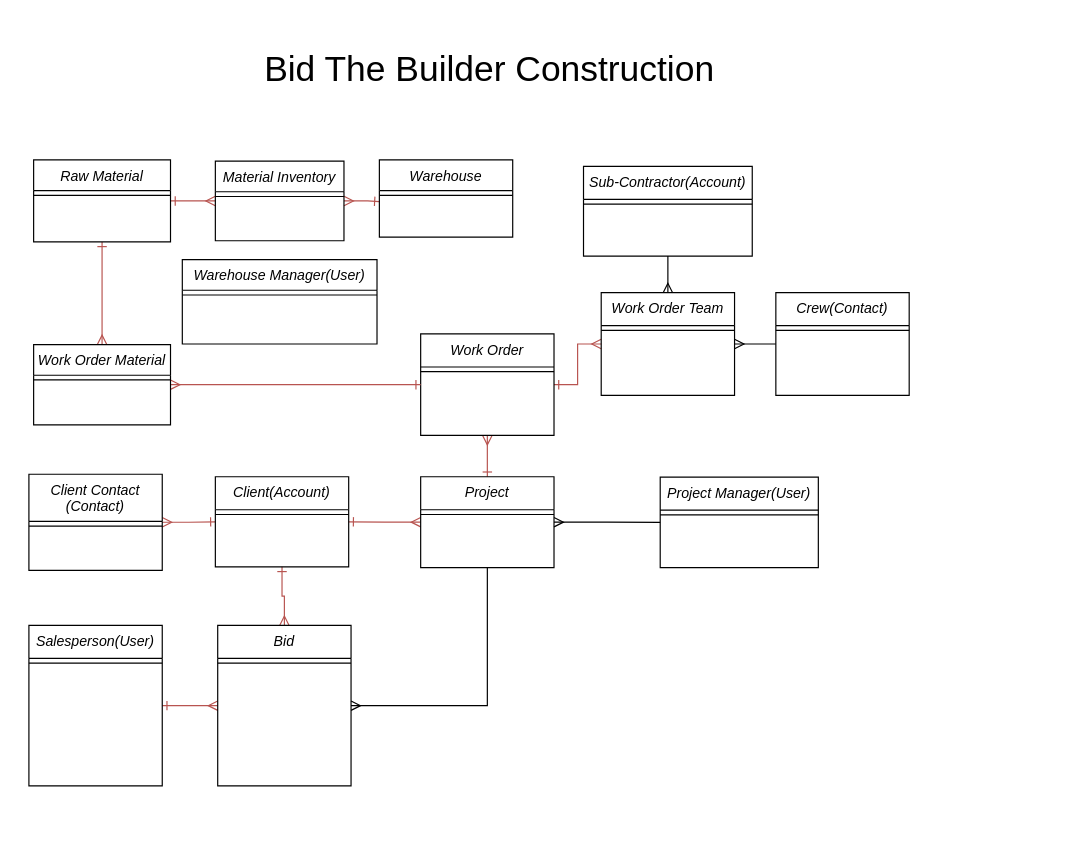
Earlier version of the draw.io diagram Bid-The-Builder/Untitled Diagram.drawio (Jmiccolo/Bid_The_Builder). Source tidied: cells renumbered, new cells numbered last; positions are measured from the earlier drawing's top-left corner, leaving out a move shared by most shapes. Both pictures are drawn from the tidied source at 118%, with x=0, y=0 at pixel (28, 54).
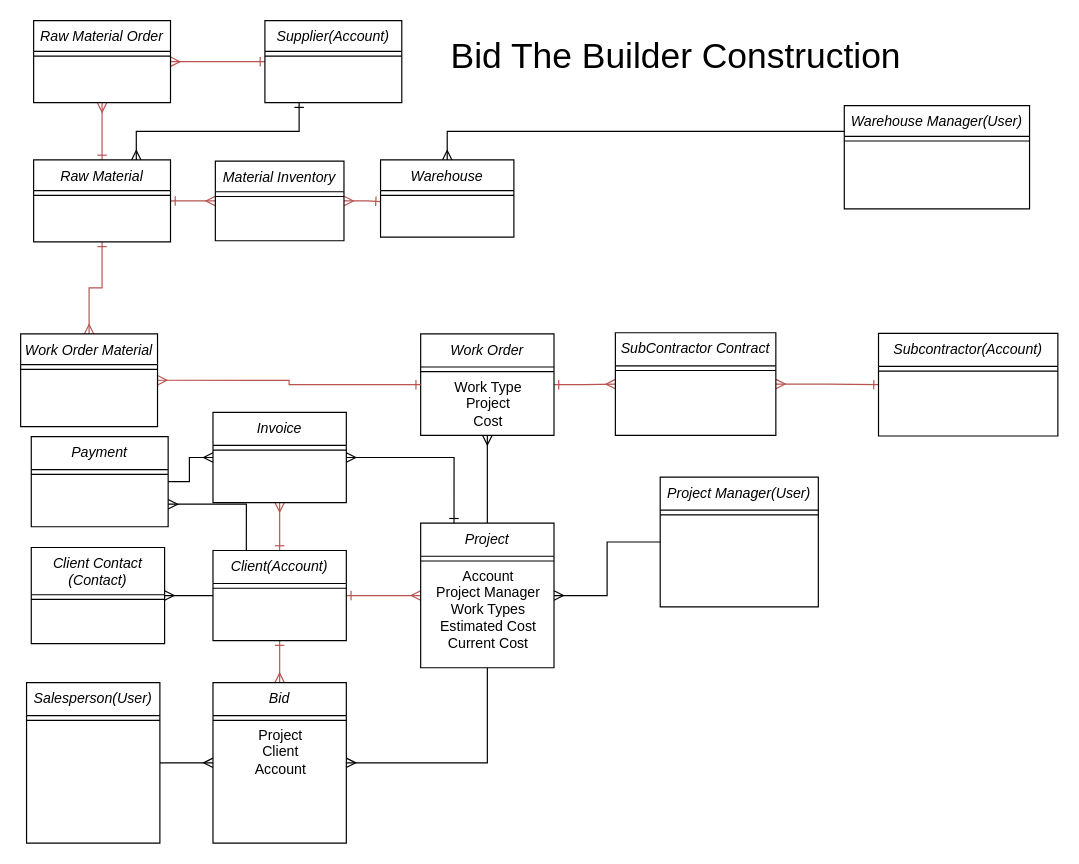
After the change.

Unchanged cells that the change refers to:
```xml
<mxCell id="7" value="Raw Material" style="swimlane;fontStyle=2;align=center;verticalAlign=top;horizontal=1;startSize=26;rounded=0;shadow=0;strokeWidth=1;" parent="1" vertex="1">
  <mxGeometry x="4" y="89" width="116" height="69.5" as="geometry" />
</mxCell>
<mxCell id="28" value="Work Order" style="swimlane;fontStyle=2;align=center;verticalAlign=top;horizontal=1;startSize=28;rounded=0;shadow=0;strokeWidth=1;" parent="1" vertex="1">
  <mxGeometry x="332" y="236.5" width="113" height="86" as="geometry" />
</mxCell>
```

The edit, as a diff of the source:
```diff
@@
+    <mxCell id="47" style="edgeStyle=orthogonalEdgeStyle;rounded=0;jettySize=auto;html=1;startArrow=ERmany;startFill=0;endArrow=ERone;endFill=0;fillColor=#f8cecc;strokeColor=#b85450;" parent="1" edge="1" source="60" target="7">
+      <mxGeometry relative="1" as="geometry" />
+    </mxCell>
@@
     <mxCell id="9" value="Warehouse Manager(User)" style="swimlane;fontStyle=2;align=center;verticalAlign=top;horizontal=1;startSize=26;rounded=0;shadow=0;strokeWidth=1;" parent="1" vertex="1">
-      <mxGeometry x="130" y="173.5" width="165" height="71.5" as="geometry" />
+      <mxGeometry x="691" y="43" width="157" height="87.5" as="geometry" />
     </mxCell>
     <mxCell id="10" style="line;html=1;strokeWidth=1;align=left;verticalAlign=middle;spacingTop=-1;spacingLeft=3;spacingRight=3;labelPosition=right;" parent="9" vertex="1">
-      <mxGeometry y="26" width="165" height="8" as="geometry" />
+      <mxGeometry y="26" width="157" height="8" as="geometry" />
     </mxCell>
@@
-    <mxCell id="13" style="edgeStyle=orthogonalEdgeStyle;rounded=0;jettySize=auto;html=1;startArrow=ERmany;startFill=0;endArrow=ERone;endFill=0;fillColor=#f8cecc;strokeColor=#b85450;" parent="1" edge="1" source="28" target="15">
+    <mxCell id="13" style="edgeStyle=orthogonalEdgeStyle;rounded=0;jettySize=auto;html=1;startArrow=ERmany;startFill=0;endArrow=none;endFill=0;exitX=0.5;exitY=1;exitDx=0;exitDy=0;" parent="1" edge="1" source="28" target="15">
       <mxGeometry relative="1" as="geometry" />
     </mxCell>
@@
     <mxCell id="15" value="Project" style="swimlane;fontStyle=2;align=center;verticalAlign=top;horizontal=1;startSize=28;rounded=0;shadow=0;strokeWidth=1;" parent="1" vertex="1">
-      <mxGeometry x="332" y="357.5" width="113" height="77" as="geometry" />
+      <mxGeometry x="332" y="396.9" width="113" height="122.5" as="geometry" />
     </mxCell>
@@
+    <mxCell id="48" value="Account&lt;br&gt;Project Manager&lt;br&gt;Work Types&lt;br&gt;Estimated Cost&lt;br&gt;Current Cost&lt;br&gt;" style="text;html=1;align=center;verticalAlign=middle;" parent="15" vertex="1">
+      <mxGeometry y="36" width="113" height="74" as="geometry" />
+    </mxCell>
+    <mxCell id="49" style="edgeStyle=orthogonalEdgeStyle;rounded=0;jettySize=auto;html=1;exitX=0.5;exitY=0;exitDx=0;exitDy=0;entryX=0;entryY=0.25;entryDx=0;entryDy=0;startArrow=ERmany;startFill=0;endArrow=none;endFill=0;" parent="1" edge="1" source="17" target="9">
+      <mxGeometry relative="1" as="geometry" />
+    </mxCell>
     <mxCell id="17" value="Warehouse" style="swimlane;fontStyle=2;align=center;verticalAlign=top;horizontal=1;startSize=26;rounded=0;shadow=0;strokeWidth=1;" parent="1" vertex="1">
-      <mxGeometry x="297" y="89" width="113" height="65.5" as="geometry" />
+      <mxGeometry x="298" y="89" width="113" height="65.5" as="geometry" />
     </mxCell>
@@
     <mxCell id="19" value="Project Manager(User)" style="swimlane;fontStyle=2;align=center;verticalAlign=top;horizontal=1;startSize=28;rounded=0;shadow=0;strokeWidth=1;" parent="1" vertex="1">
-      <mxGeometry x="535" y="357.8" width="134" height="76.8" as="geometry" />
+      <mxGeometry x="535" y="357.8" width="134" height="110" as="geometry" />
     </mxCell>
@@
-    <mxCell id="21" style="edgeStyle=orthogonalEdgeStyle;rounded=0;jettySize=auto;html=1;startArrow=ERmany;startFill=0;endArrow=ERone;endFill=0;fillColor=#f8cecc;strokeColor=#b85450;" parent="1" edge="1" source="25" target="23">
+    <mxCell id="21" style="edgeStyle=orthogonalEdgeStyle;rounded=0;jettySize=auto;html=1;startArrow=ERmany;startFill=0;endArrow=none;endFill=0;" parent="1" edge="1" source="25" target="23">
       <mxGeometry relative="1" as="geometry" />
     </mxCell>
@@
+    <mxCell id="50" style="edgeStyle=orthogonalEdgeStyle;rounded=0;jettySize=auto;html=1;startArrow=ERmany;startFill=0;endArrow=ERone;endFill=0;fillColor=#f8cecc;strokeColor=#b85450;" parent="1" edge="1" source="56" target="23">
+      <mxGeometry relative="1" as="geometry" />
+    </mxCell>
+    <mxCell id="51" style="edgeStyle=orthogonalEdgeStyle;rounded=0;jettySize=auto;html=1;exitX=1;exitY=0.75;exitDx=0;exitDy=0;entryX=0.25;entryY=0;entryDx=0;entryDy=0;startArrow=ERmany;startFill=0;endArrow=none;endFill=0;" parent="1" edge="1" source="57" target="23">
+      <mxGeometry relative="1" as="geometry">
+        <Array as="points">
+          <mxPoint x="184" y="381" />
+        </Array>
+      </mxGeometry>
+    </mxCell>
     <mxCell id="23" value="Client(Account)" style="swimlane;fontStyle=2;align=center;verticalAlign=top;horizontal=1;startSize=28;rounded=0;shadow=0;strokeWidth=1;" parent="1" vertex="1">
-      <mxGeometry x="158" y="357.5" width="113" height="76.4" as="geometry" />
+      <mxGeometry x="156" y="420" width="113" height="76.4" as="geometry" />
     </mxCell>
@@
     <mxCell id="25" value="Client Contact&#10;(Contact)" style="swimlane;fontStyle=2;align=center;verticalAlign=top;horizontal=1;startSize=40;rounded=0;shadow=0;strokeWidth=1;" parent="1" vertex="1">
-      <mxGeometry y="355.4" width="113" height="81.4" as="geometry" />
+      <mxGeometry x="2" y="417.5" width="113" height="81.4" as="geometry" />
     </mxCell>
@@
-    <mxCell id="27" style="edgeStyle=orthogonalEdgeStyle;rounded=0;jettySize=auto;html=1;startArrow=ERone;startFill=0;endArrow=ERmany;endFill=0;fillColor=#f8cecc;strokeColor=#b85450;" parent="1" edge="1" source="28" target="32">
+    <mxCell id="27" style="edgeStyle=orthogonalEdgeStyle;rounded=0;jettySize=auto;html=1;startArrow=ERone;startFill=0;endArrow=ERmany;endFill=0;fillColor=#f8cecc;entryX=0;entryY=0.5;entryDx=0;entryDy=0;strokeColor=#b85450;" parent="1" edge="1" source="28" target="65">
       <mxGeometry relative="1" as="geometry" />
     </mxCell>
@@
-    <mxCell id="30" style="edgeStyle=orthogonalEdgeStyle;rounded=0;jettySize=auto;html=1;startArrow=ERmany;startFill=0;endArrow=none;endFill=0;" parent="1" edge="1" source="32" target="34">
-      <mxGeometry relative="1" as="geometry" />
-    </mxCell>
+    <mxCell id="52" value="Work Type&lt;br&gt;Project&lt;br&gt;Cost" style="text;html=1;align=center;verticalAlign=middle;" parent="28" vertex="1">
+      <mxGeometry y="36" width="113" height="46" as="geometry" />
+    </mxCell>
-    <mxCell id="31" style="edgeStyle=orthogonalEdgeStyle;rounded=0;jettySize=auto;html=1;startArrow=ERmany;startFill=0;endArrow=none;endFill=0;" parent="1" edge="1" source="32" target="36">
+    <mxCell id="31" style="edgeStyle=orthogonalEdgeStyle;rounded=0;jettySize=auto;html=1;startArrow=ERmany;startFill=0;endArrow=ERone;endFill=0;exitX=1;exitY=0.5;exitDx=0;exitDy=0;fillColor=#f8cecc;strokeColor=#b85450;" parent="1" edge="1" source="65" target="36">
       <mxGeometry relative="1" as="geometry" />
     </mxCell>
-    <mxCell id="32" value="Work Order Team" style="swimlane;fontStyle=2;align=center;verticalAlign=top;horizontal=1;startSize=28;rounded=0;shadow=0;strokeWidth=1;" parent="1" vertex="1">
-      <mxGeometry x="485" y="201.5" width="113" height="87" as="geometry" />
-    </mxCell>
-    <mxCell id="33" style="line;html=1;strokeWidth=1;align=left;verticalAlign=middle;spacingTop=-1;spacingLeft=3;spacingRight=3;labelPosition=right;" parent="32" vertex="1">
-      <mxGeometry y="28" width="113" height="8" as="geometry" />
-    </mxCell>
-    <mxCell id="34" value="Sub-Contractor(Account)" style="swimlane;fontStyle=2;align=center;verticalAlign=top;horizontal=1;startSize=28;rounded=0;shadow=0;strokeWidth=1;" parent="1" vertex="1">
-      <mxGeometry x="470" y="94.5" width="143" height="76" as="geometry" />
-    </mxCell>
-    <mxCell id="35" style="line;html=1;strokeWidth=1;align=left;verticalAlign=middle;spacingTop=-1;spacingLeft=3;spacingRight=3;labelPosition=right;" parent="34" vertex="1">
-      <mxGeometry y="28" width="143" height="8" as="geometry" />
-    </mxCell>
-    <mxCell id="36" value="Crew(Contact)" style="swimlane;fontStyle=2;align=center;verticalAlign=top;horizontal=1;startSize=28;rounded=0;shadow=0;strokeWidth=1;" parent="1" vertex="1">
-      <mxGeometry x="633" y="201.5" width="113" height="87" as="geometry" />
+    <mxCell id="36" value="Subcontractor(Account)" style="swimlane;fontStyle=2;align=center;verticalAlign=top;horizontal=1;startSize=28;rounded=0;shadow=0;strokeWidth=1;" parent="1" vertex="1">
+      <mxGeometry x="720" y="236" width="152" height="87" as="geometry" />
     </mxCell>
     <mxCell id="37" style="line;html=1;strokeWidth=1;align=left;verticalAlign=middle;spacingTop=-1;spacingLeft=3;spacingRight=3;labelPosition=right;" parent="36" vertex="1">
-      <mxGeometry y="28" width="113" height="8" as="geometry" />
+      <mxGeometry y="28" width="152" height="8" as="geometry" />
     </mxCell>
@@
     <mxCell id="39" value="Work Order Material" style="swimlane;fontStyle=2;align=center;verticalAlign=top;horizontal=1;startSize=26;rounded=0;shadow=0;strokeWidth=1;" parent="1" vertex="1">
-      <mxGeometry x="4" y="245.5" width="116" height="68" as="geometry" />
+      <mxGeometry x="-7" y="236.5" width="116" height="78.5" as="geometry" />
     </mxCell>
@@
-    <mxCell id="41" style="edgeStyle=orthogonalEdgeStyle;rounded=0;jettySize=auto;html=1;startArrow=ERone;startFill=0;endArrow=ERmany;endFill=0;fillColor=#f8cecc;strokeColor=#b85450;" parent="1" edge="1" source="44" target="42">
+    <mxCell id="41" style="edgeStyle=orthogonalEdgeStyle;rounded=0;jettySize=auto;html=1;startArrow=none;startFill=0;endArrow=ERmany;endFill=0;" parent="1" edge="1" source="44" target="42">
       <mxGeometry relative="1" as="geometry" />
     </mxCell>
     <mxCell id="42" value="Bid" style="swimlane;fontStyle=2;align=center;verticalAlign=top;horizontal=1;startSize=28;rounded=0;shadow=0;strokeWidth=1;" parent="1" vertex="1">
-      <mxGeometry x="160" y="483.5" width="113" height="136" as="geometry" />
+      <mxGeometry x="156" y="532" width="113" height="136" as="geometry" />
     </mxCell>
@@
+    <mxCell id="53" value="Project&lt;br&gt;Client&lt;br&gt;Account" style="text;html=1;align=center;verticalAlign=middle;" parent="42" vertex="1">
+      <mxGeometry y="36" width="113" height="46" as="geometry" />
+    </mxCell>
     <mxCell id="44" value="Salesperson(User)" style="swimlane;fontStyle=2;align=center;verticalAlign=top;horizontal=1;startSize=28;rounded=0;shadow=0;strokeWidth=1;" parent="1" vertex="1">
-      <mxGeometry y="483.5" width="113" height="136" as="geometry" />
+      <mxGeometry x="-2" y="532" width="113" height="136" as="geometry" />
     </mxCell>
@@
     <mxCell id="46" value="&lt;font&gt;&lt;font style=&quot;font-size: 30px&quot;&gt;Bid The Builder Construction&lt;/font&gt;&lt;br&gt;&lt;/font&gt;" style="text;html=1;align=center;verticalAlign=middle;" parent="1" vertex="1">
-      <mxGeometry x="194" width="392" height="23" as="geometry" />
+      <mxGeometry x="352" y="-11" width="392" height="23" as="geometry" />
     </mxCell>
+    <mxCell id="54" style="edgeStyle=orthogonalEdgeStyle;rounded=0;jettySize=auto;html=1;exitX=1;exitY=0.5;exitDx=0;exitDy=0;entryX=0.25;entryY=0;entryDx=0;entryDy=0;startArrow=ERmany;startFill=0;endArrow=ERone;endFill=0;" parent="1" edge="1" source="56" target="15">
+      <mxGeometry relative="1" as="geometry" />
+    </mxCell>
+    <mxCell id="55" style="edgeStyle=orthogonalEdgeStyle;rounded=0;jettySize=auto;html=1;startArrow=ERmany;startFill=0;endArrow=none;endFill=0;" parent="1" edge="1" source="56" target="57">
+      <mxGeometry relative="1" as="geometry" />
+    </mxCell>
+    <mxCell id="56" value="Invoice" style="swimlane;fontStyle=2;align=center;verticalAlign=top;horizontal=1;startSize=28;rounded=0;shadow=0;strokeWidth=1;" parent="1" vertex="1">
+      <mxGeometry x="156" y="303" width="113" height="76.4" as="geometry" />
+    </mxCell>
+    <mxCell id="33" style="line;html=1;strokeWidth=1;align=left;verticalAlign=middle;spacingTop=-1;spacingLeft=3;spacingRight=3;labelPosition=right;" parent="56" vertex="1">
+      <mxGeometry y="28" width="113" height="8" as="geometry" />
+    </mxCell>
+    <mxCell id="57" value="Payment" style="swimlane;fontStyle=2;align=center;verticalAlign=top;horizontal=1;startSize=28;rounded=0;shadow=0;strokeWidth=1;" parent="1" vertex="1">
+      <mxGeometry x="2" y="323.5" width="116" height="76.4" as="geometry" />
+    </mxCell>
+    <mxCell id="58" style="line;html=1;strokeWidth=1;align=left;verticalAlign=middle;spacingTop=-1;spacingLeft=3;spacingRight=3;labelPosition=right;" parent="57" vertex="1">
+      <mxGeometry y="28" width="116" height="8" as="geometry" />
+    </mxCell>
+    <mxCell id="59" style="edgeStyle=orthogonalEdgeStyle;rounded=0;jettySize=auto;html=1;startArrow=ERmany;startFill=0;endArrow=ERone;endFill=0;fillColor=#f8cecc;strokeColor=#b85450;" parent="1" edge="1" source="60" target="63">
+      <mxGeometry relative="1" as="geometry" />
+    </mxCell>
+    <mxCell id="60" value="Raw Material Order" style="swimlane;fontStyle=2;align=center;verticalAlign=top;horizontal=1;startSize=26;rounded=0;shadow=0;strokeWidth=1;" parent="1" vertex="1">
+      <mxGeometry x="4" y="-29" width="116" height="69.5" as="geometry" />
+    </mxCell>
+    <mxCell id="61" style="line;html=1;strokeWidth=1;align=left;verticalAlign=middle;spacingTop=-1;spacingLeft=3;spacingRight=3;labelPosition=right;" parent="60" vertex="1">
+      <mxGeometry y="26" width="116" height="8" as="geometry" />
+    </mxCell>
+    <mxCell id="62" style="edgeStyle=orthogonalEdgeStyle;rounded=0;jettySize=auto;html=1;exitX=0.75;exitY=0;exitDx=0;exitDy=0;entryX=0.25;entryY=1;entryDx=0;entryDy=0;startArrow=ERmany;startFill=0;endArrow=ERone;endFill=0;" parent="1" edge="1" source="7" target="63">
+      <mxGeometry relative="1" as="geometry" />
+    </mxCell>
+    <mxCell id="63" value="Supplier(Account)" style="swimlane;fontStyle=2;align=center;verticalAlign=top;horizontal=1;startSize=26;rounded=0;shadow=0;strokeWidth=1;" parent="1" vertex="1">
+      <mxGeometry x="200" y="-29" width="116" height="69.5" as="geometry" />
+    </mxCell>
+    <mxCell id="64" style="line;html=1;strokeWidth=1;align=left;verticalAlign=middle;spacingTop=-1;spacingLeft=3;spacingRight=3;labelPosition=right;" parent="63" vertex="1">
+      <mxGeometry y="26" width="116" height="8" as="geometry" />
+    </mxCell>
+    <mxCell id="65" value="SubContractor Contract" style="swimlane;fontStyle=2;align=center;verticalAlign=top;horizontal=1;startSize=28;rounded=0;shadow=0;strokeWidth=1;" parent="1" vertex="1">
+      <mxGeometry x="497" y="235.5" width="136" height="87" as="geometry" />
+    </mxCell>
+    <mxCell id="66" style="line;html=1;strokeWidth=1;align=left;verticalAlign=middle;spacingTop=-1;spacingLeft=3;spacingRight=3;labelPosition=right;" parent="65" vertex="1">
+      <mxGeometry y="28" width="136" height="8" as="geometry" />
+    </mxCell>
```
